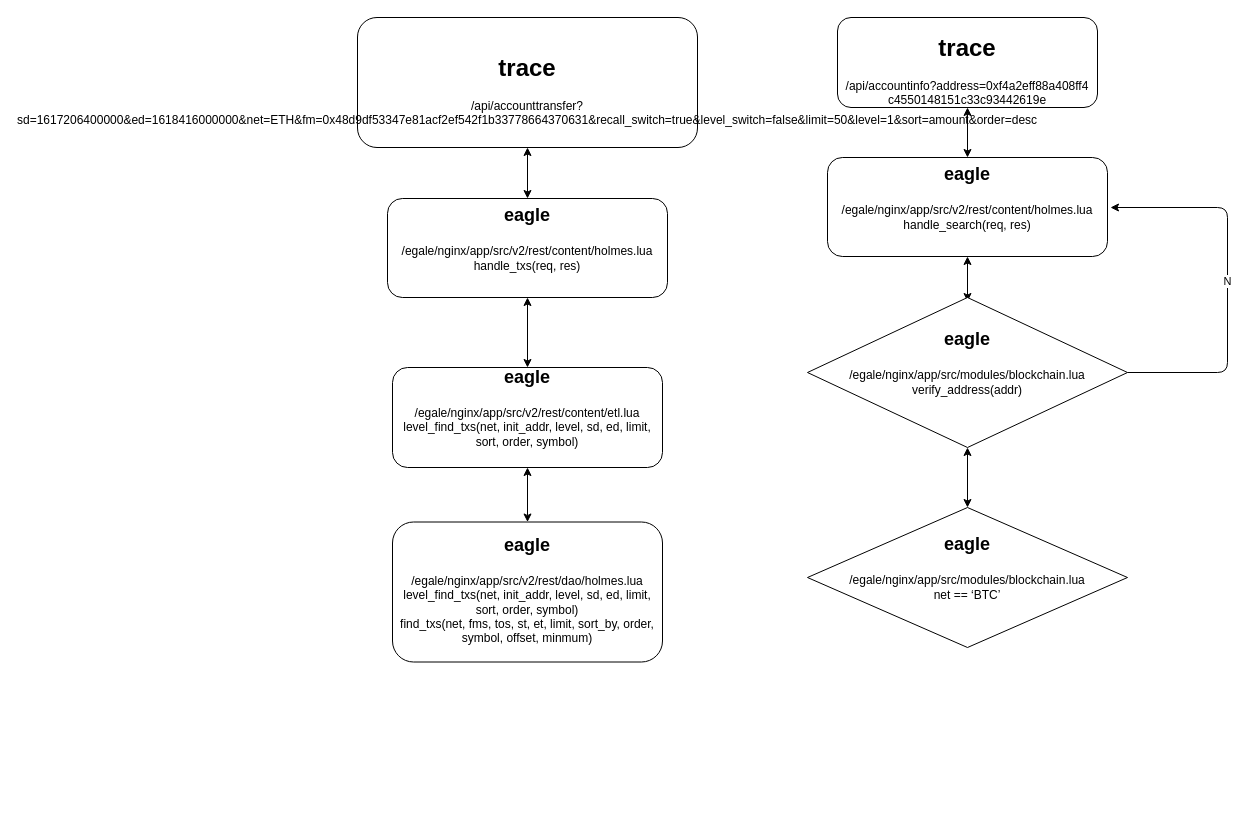
The draw.io diagram bigdata-study/Untitled Diagram.drawio in cxinping/bigdata, before the edit. Source tidied: cells renumbered, new cells numbered last; positions are measured from the earlier drawing's top-left corner, leaving out a move shared by most shapes. Both pictures are drawn from the tidied source at 100%, with x=0, y=0 at pixel (357, 17).
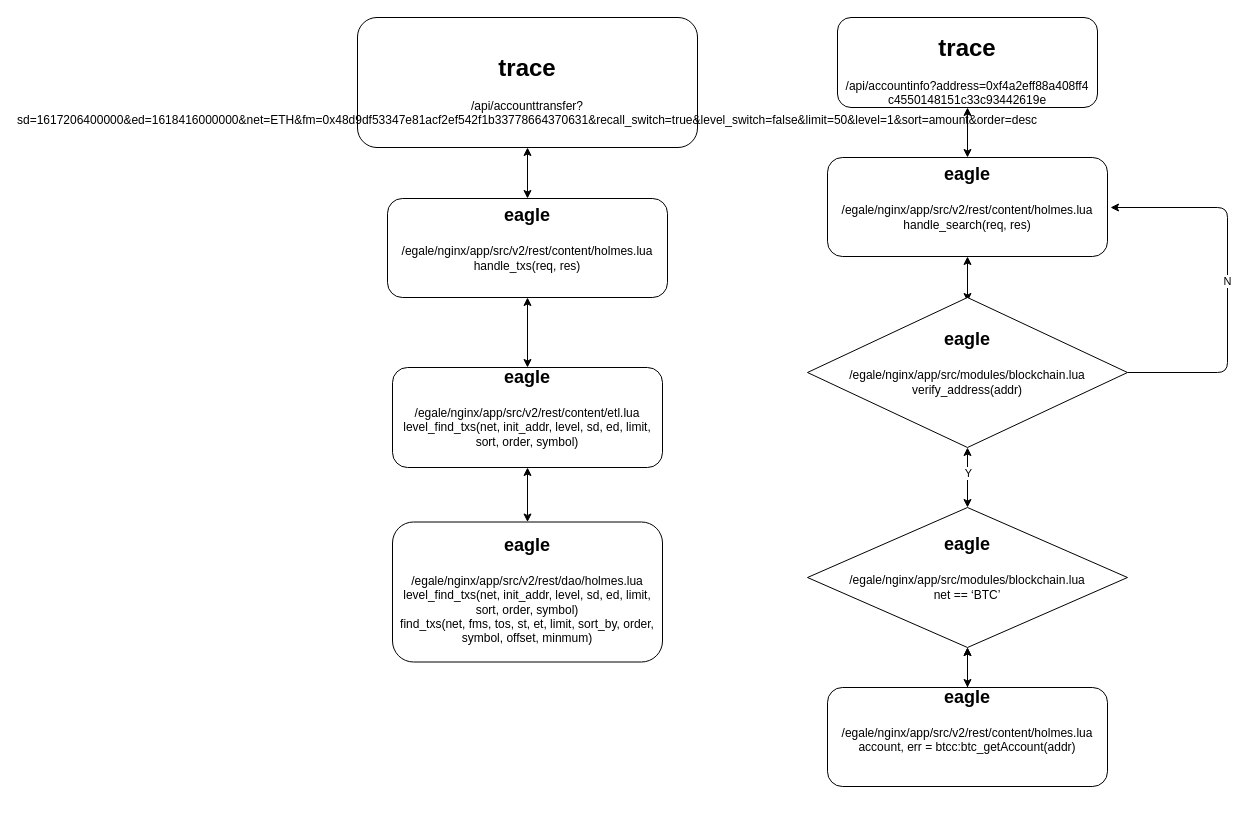
After the change.

Unchanged cells that the change refers to:
```xml
<mxCell id="16" value="&lt;h1&gt;&lt;font style=&quot;font-size: 18px&quot;&gt;eagle&lt;/font&gt;&lt;/h1&gt;&lt;p&gt;/egale/nginx/app/src/modules/blockchain.lua&lt;br&gt;net == ‘BTC’&lt;br&gt;&lt;br&gt;&lt;br&gt;&lt;/p&gt;" style="rhombus;whiteSpace=wrap;html=1;" parent="1" vertex="1">
  <mxGeometry x="450" y="490" width="320" height="140" as="geometry" />
</mxCell>
<mxCell id="17" style="endArrow=classic;startArrow=classic;html=1;entryX=0.5;entryY=1;entryDx=0;entryDy=0;exitX=0.5;exitY=0;exitDx=0;exitDy=0;" parent="1" edge="1" source="16" target="13">
  <mxGeometry relative="1" as="geometry" />
</mxCell>
```

Diff of the diagram source:
```diff
@@
+    <mxCell id="18" value="Y" style="edgeLabel;html=1;align=center;verticalAlign=middle;" parent="17" vertex="1">
+      <mxGeometry x="0.17" relative="1" as="geometry" />
+    </mxCell>
+    <mxCell id="19" style="edgeStyle=orthogonalEdgeStyle;rounded=0;jettySize=auto;html=1;" parent="1" edge="1" source="20" target="16">
+      <mxGeometry relative="1" as="geometry" />
+    </mxCell>
+    <mxCell id="20" value="&lt;h1&gt;&lt;font style=&quot;font-size: 18px&quot;&gt;eagle&lt;/font&gt;&lt;/h1&gt;&lt;p&gt;/egale/nginx/app/src/v2/rest/content/holmes.lua&lt;br&gt;account, err = btcc:btc_getAccount(addr)&lt;br&gt;&lt;br&gt;&lt;br&gt;&lt;br&gt;&lt;/p&gt;" style="rounded=1;whiteSpace=wrap;html=1;" parent="1" vertex="1">
+      <mxGeometry x="470" y="670" width="280" height="99" as="geometry" />
+    </mxCell>
+    <mxCell id="21" style="endArrow=classic;startArrow=classic;html=1;entryX=0.5;entryY=1;entryDx=0;entryDy=0;exitX=0.5;exitY=0;exitDx=0;exitDy=0;" parent="1" edge="1" source="20" target="16">
+      <mxGeometry relative="1" as="geometry" />
+    </mxCell>
```
